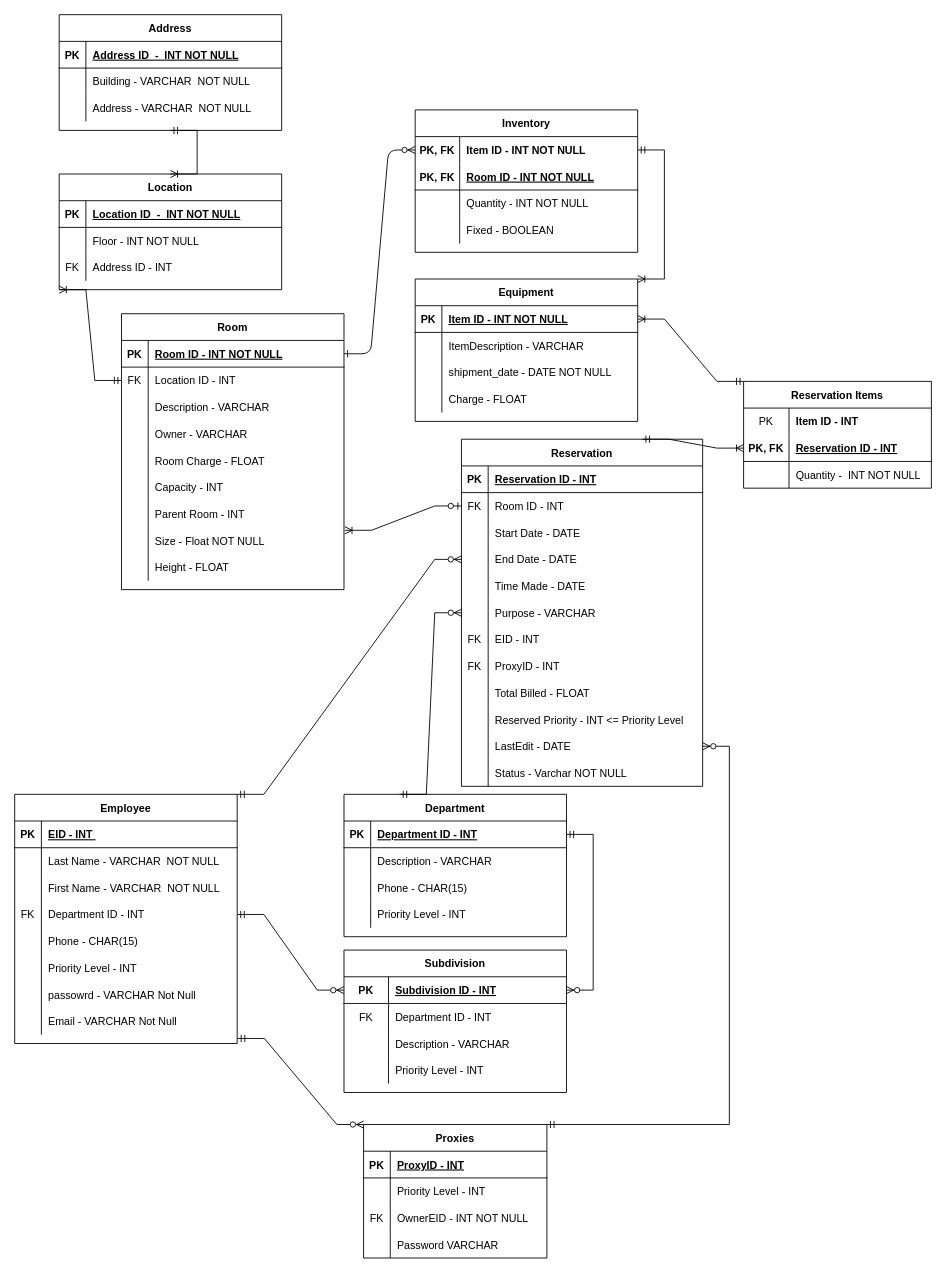
This is Projcet1.drawio from seanjedi/comp-163-database-design-class, a draw.io file, before an edit. Source tidied: cells renumbered, new cells numbered last; positions are measured from the earlier drawing's top-left corner, leaving out a move shared by most shapes. Both pictures are drawn from the tidied source at 89%, with x=0, y=0 at pixel (14, 14).
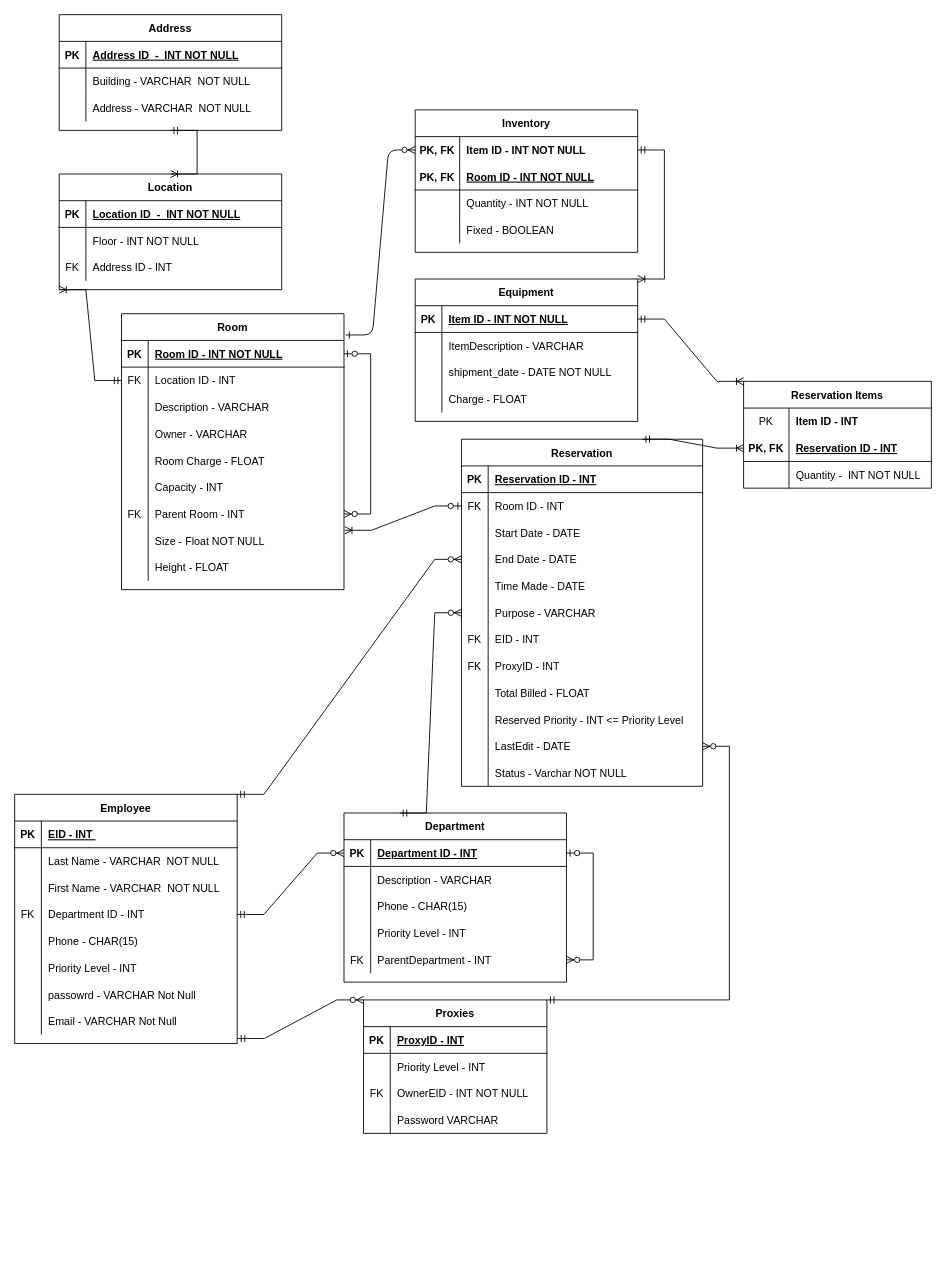
After the change.

Unchanged cells that the change refers to:
```xml
<mxCell id="4" style="shape=partialRectangle;fillColor=none;points=[[0,0.5],[1,0.5]];portConstraint=eastwest;top=0;left=0;right=0;bottom=0;" parent="3" vertex="1">
  <mxGeometry y="30" width="250" height="30" as="geometry" />
</mxCell>
<mxCell id="17" style="shape=partialRectangle;fillColor=none;points=[[0,0.5],[1,0.5]];portConstraint=eastwest;top=0;left=0;right=0;bottom=1;" parent="16" vertex="1">
  <mxGeometry y="30" width="250" height="30" as="geometry" />
</mxCell>
<mxCell id="29" value="Room" style="shape=table;startSize=30;childLayout=tableLayout;rowLines=0;fontStyle=1;align=center;" parent="1" vertex="1">
  <mxGeometry x="120" y="336" width="250" height="310" as="geometry" />
</mxCell>
<mxCell id="30" style="shape=partialRectangle;fillColor=none;points=[[0,0.5],[1,0.5]];portConstraint=eastwest;top=0;left=0;right=0;bottom=1;" parent="29" vertex="1">
  <mxGeometry y="30" width="250" height="30" as="geometry" />
</mxCell>
<mxCell id="48" style="shape=tableRow;horizontal=0;startSize=0;swimlaneHead=0;swimlaneBody=0;fillColor=none;points=[[0,0.5],[1,0.5]];portConstraint=eastwest;top=0;left=0;right=0;bottom=0;" parent="29" vertex="1">
  <mxGeometry y="210" width="250" height="30" as="geometry" />
</mxCell>
<mxCell id="67" style="shape=tableRow;horizontal=0;startSize=0;swimlaneHead=0;swimlaneBody=0;fillColor=none;points=[[0,0.5],[1,0.5]];portConstraint=eastwest;top=0;left=0;right=0;bottom=0;" parent="57" vertex="1">
  <mxGeometry y="120" width="250" height="30" as="geometry" />
</mxCell>
<mxCell id="83" style="shape=partialRectangle;fillColor=none;points=[[0,0.5],[1,0.5]];portConstraint=eastwest;top=0;left=0;right=0;bottom=1;" parent="82" vertex="1">
  <mxGeometry y="30" width="250" height="30" as="geometry" />
</mxCell>
<mxCell id="170" value="Reservation Items" style="shape=table;startSize=30;childLayout=tableLayout;rowLines=0;fontStyle=1;align=center;" parent="1" vertex="1">
  <mxGeometry x="819" y="412" width="211" height="120" as="geometry" />
</mxCell>
```

Change to the diagram source:
```diff
@@
-    <mxCell id="2" style="edgeStyle=entityRelationEdgeStyle;endArrow=ERzeroToMany;startArrow=ERone;endFill=1;startFill=0;" parent="1" edge="1" source="30" target="4">
+    <mxCell id="2" style="edgeStyle=entityRelationEdgeStyle;endArrow=ERzeroToMany;startArrow=ERone;endFill=1;startFill=0;exitX=1.008;exitY=0.077;exitDx=0;exitDy=0;exitPerimeter=0;" parent="1" edge="1" source="29" target="4">
       <mxGeometry relative="1" as="geometry" />
     </mxCell>
@@
-    <mxCell id="49" style="shape=partialRectangle;fillColor=none;top=0;left=0;bottom=0;right=0;overflow=hidden;" parent="48" vertex="1">
+    <mxCell id="49" value="FK" style="shape=partialRectangle;fillColor=none;top=0;left=0;bottom=0;right=0;overflow=hidden;" parent="48" vertex="1">
       <mxGeometry width="30" height="30" as="geometry" />
     </mxCell>
@@
+    <mxCell id="202" style="edgeStyle=entityRelationEdgeStyle;fontSize=12;html=1;endArrow=ERzeroToMany;startArrow=ERzeroToOne;rounded=0;exitX=1;exitY=0.5;exitDx=0;exitDy=0;entryX=1;entryY=0.5;entryDx=0;entryDy=0;" parent="29" edge="1" source="30" target="48">
+      <mxGeometry relative="1" as="geometry" />
+    </mxCell>
@@
     <mxCell id="82" value="Department" style="shape=table;startSize=30;childLayout=tableLayout;rowLines=0;fontStyle=1;align=center;" parent="1" vertex="1">
-      <mxGeometry x="370" y="876" width="250" height="160" as="geometry" />
+      <mxGeometry x="370" y="897" width="250" height="190" as="geometry" />
     </mxCell>
@@
+    <mxCell id="109" style="shape=partialRectangle;fillColor=none;points=[[0,0.5],[1,0.5]];portConstraint=eastwest;top=0;left=0;right=0;bottom=0;" parent="82" vertex="1">
+      <mxGeometry y="150" width="250" height="30" as="geometry" />
+    </mxCell>
+    <mxCell id="110" value="FK" style="shape=partialRectangle;overflow=hidden;fillColor=none;top=0;left=0;bottom=0;right=0;" parent="109" vertex="1">
+      <mxGeometry width="30" height="30" as="geometry" />
+    </mxCell>
+    <mxCell id="111" value="ParentDepartment - INT" style="shape=partialRectangle;overflow=hidden;fillColor=none;top=0;left=0;bottom=0;right=0;align=left;spacingLeft=6;" parent="109" vertex="1">
+      <mxGeometry x="30" width="220" height="30" as="geometry" />
+    </mxCell>
+    <mxCell id="203" style="edgeStyle=entityRelationEdgeStyle;fontSize=12;html=1;endArrow=ERzeroToMany;startArrow=ERzeroToOne;rounded=0;exitX=1;exitY=0.5;exitDx=0;exitDy=0;entryX=1;entryY=0.5;entryDx=0;entryDy=0;" parent="82" edge="1" source="83" target="109">
+      <mxGeometry relative="1" as="geometry" />
+    </mxCell>
@@
-    <mxCell id="105" value="Subdivision" style="shape=table;startSize=30;childLayout=tableLayout;rowLines=0;fontStyle=1;align=center;" parent="1" vertex="1">
-      <mxGeometry x="370" y="1051" width="250" height="160" as="geometry" />
-    </mxCell>
-    <mxCell id="106" style="shape=partialRectangle;fillColor=none;points=[[0,0.5],[1,0.5]];portConstraint=eastwest;top=0;left=0;right=0;bottom=1;" parent="105" vertex="1">
-      <mxGeometry y="30" width="250" height="30" as="geometry" />
-    </mxCell>
-    <mxCell id="107" value="PK" style="shape=partialRectangle;overflow=hidden;fillColor=none;top=0;left=0;bottom=0;right=0;fontStyle=1;" parent="106" vertex="1">
-      <mxGeometry width="50" height="30" as="geometry" />
-    </mxCell>
-    <mxCell id="108" value="Subdivision ID - INT" style="shape=partialRectangle;overflow=hidden;fillColor=none;top=0;left=0;bottom=0;right=0;align=left;spacingLeft=6;fontStyle=5;" parent="106" vertex="1">
-      <mxGeometry x="50" width="200" height="30" as="geometry" />
-    </mxCell>
-    <mxCell id="109" style="shape=partialRectangle;fillColor=none;points=[[0,0.5],[1,0.5]];portConstraint=eastwest;top=0;left=0;right=0;bottom=0;" parent="105" vertex="1">
-      <mxGeometry y="60" width="250" height="30" as="geometry" />
-    </mxCell>
-    <mxCell id="110" value="FK" style="shape=partialRectangle;overflow=hidden;fillColor=none;top=0;left=0;bottom=0;right=0;" parent="109" vertex="1">
-      <mxGeometry width="50" height="30" as="geometry" />
-    </mxCell>
-    <mxCell id="111" value="Department ID - INT" style="shape=partialRectangle;overflow=hidden;fillColor=none;top=0;left=0;bottom=0;right=0;align=left;spacingLeft=6;" parent="109" vertex="1">
-      <mxGeometry x="50" width="200" height="30" as="geometry" />
-    </mxCell>
-    <mxCell id="112" style="shape=tableRow;horizontal=0;startSize=0;swimlaneHead=0;swimlaneBody=0;fillColor=none;top=0;left=0;right=0;bottom=0;" parent="105" vertex="1">
-      <mxGeometry y="90" width="250" height="30" as="geometry" />
-    </mxCell>
-    <mxCell id="113" style="shape=partialRectangle;fillColor=none;top=0;left=0;bottom=0;right=0;overflow=hidden;" parent="112" vertex="1">
-      <mxGeometry width="50" height="30" as="geometry" />
-    </mxCell>
-    <mxCell id="114" value="Description - VARCHAR " style="shape=partialRectangle;fillColor=none;top=0;left=0;bottom=0;right=0;align=left;spacingLeft=6;overflow=hidden;" parent="112" vertex="1">
-      <mxGeometry x="50" width="200" height="30" as="geometry" />
-    </mxCell>
-    <mxCell id="115" style="shape=tableRow;horizontal=0;startSize=0;swimlaneHead=0;swimlaneBody=0;fillColor=none;top=0;left=0;right=0;bottom=0;" parent="105" vertex="1">
-      <mxGeometry y="120" width="250" height="30" as="geometry" />
-    </mxCell>
-    <mxCell id="116" style="shape=partialRectangle;fillColor=none;top=0;left=0;bottom=0;right=0;overflow=hidden;" parent="115" vertex="1">
-      <mxGeometry width="50" height="30" as="geometry" />
-    </mxCell>
-    <mxCell id="117" value="Priority Level - INT" style="shape=partialRectangle;fillColor=none;top=0;left=0;bottom=0;right=0;align=left;spacingLeft=6;overflow=hidden;" parent="115" vertex="1">
-      <mxGeometry x="50" width="200" height="30" as="geometry" />
-    </mxCell>
     <mxCell id="118" value="Proxies" style="shape=table;startSize=30;childLayout=tableLayout;rowLines=0;fontStyle=1;align=center;" parent="1" vertex="1">
-      <mxGeometry x="392" y="1247" width="206" height="150" as="geometry" />
+      <mxGeometry x="392" y="1107" width="206" height="150" as="geometry" />
     </mxCell>
@@
-    <mxCell id="182" style="edgeStyle=entityRelationEdgeStyle;fontSize=12;html=1;endArrow=ERoneToMany;startArrow=ERmandOne;rounded=0;exitX=0;exitY=0;exitDx=0;exitDy=0;entryX=1;entryY=0.5;entryDx=0;entryDy=0;" parent="1" edge="1" source="170" target="17">
+    <mxCell id="182" style="edgeStyle=entityRelationEdgeStyle;fontSize=12;html=1;endArrow=ERoneToMany;startArrow=ERmandOne;rounded=0;exitX=1;exitY=0.5;exitDx=0;exitDy=0;entryX=0;entryY=0;entryDx=0;entryDy=0;" parent="1" edge="1" source="17" target="170">
       <mxGeometry relative="1" as="geometry" />
     </mxCell>
@@
-    <mxCell id="188" style="edgeStyle=entityRelationEdgeStyle;fontSize=12;html=1;endArrow=ERzeroToMany;startArrow=ERmandOne;rounded=0;exitX=1;exitY=0.5;exitDx=0;exitDy=0;" parent="1" edge="1" source="83" target="106">
-      <mxGeometry relative="1" as="geometry" />
-    </mxCell>
-    <mxCell id="189" style="edgeStyle=entityRelationEdgeStyle;fontSize=12;html=1;endArrow=ERzeroToMany;startArrow=ERmandOne;rounded=0;exitX=1;exitY=0.5;exitDx=0;exitDy=0;entryX=0;entryY=0.5;entryDx=0;entryDy=0;" parent="1" edge="1" source="67" target="106">
+    <mxCell id="189" style="edgeStyle=entityRelationEdgeStyle;fontSize=12;html=1;endArrow=ERzeroToMany;startArrow=ERmandOne;rounded=0;exitX=1;exitY=0.5;exitDx=0;exitDy=0;entryX=0;entryY=0.5;entryDx=0;entryDy=0;" parent="1" edge="1" source="67" target="83">
       <mxGeometry relative="1" as="geometry" />
     </mxCell>
```
